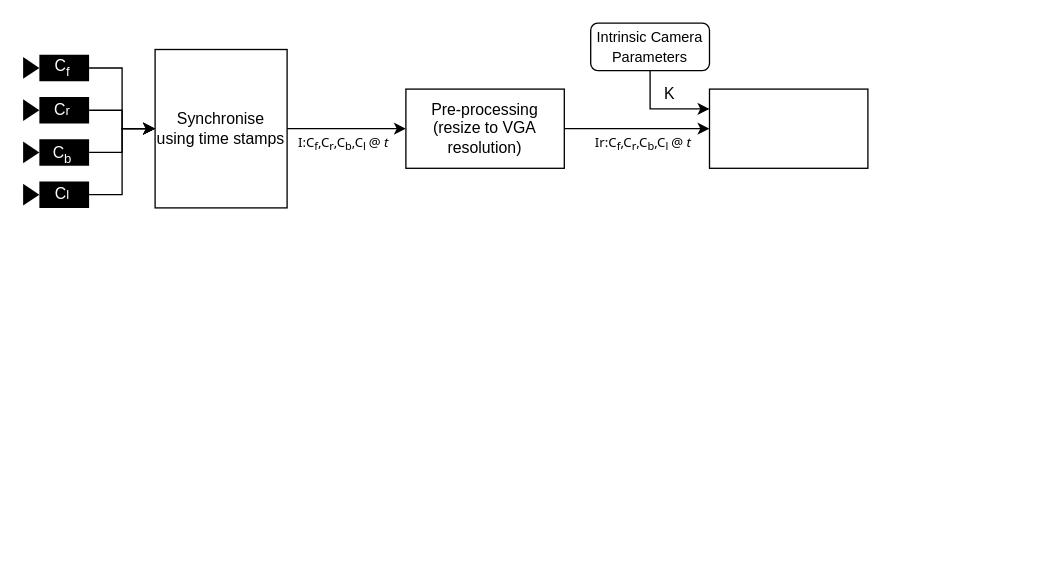
Before: SfM_Fisheye.drawio in srikanthsanthanam88/udacity, a draw.io diagram. Source tidied: cells renumbered, new cells numbered last; positions are measured from the earlier drawing's top-left corner, leaving out a move shared by most shapes. Both pictures are drawn from the tidied source at 132%, with x=0, y=0 at pixel (22, 22).
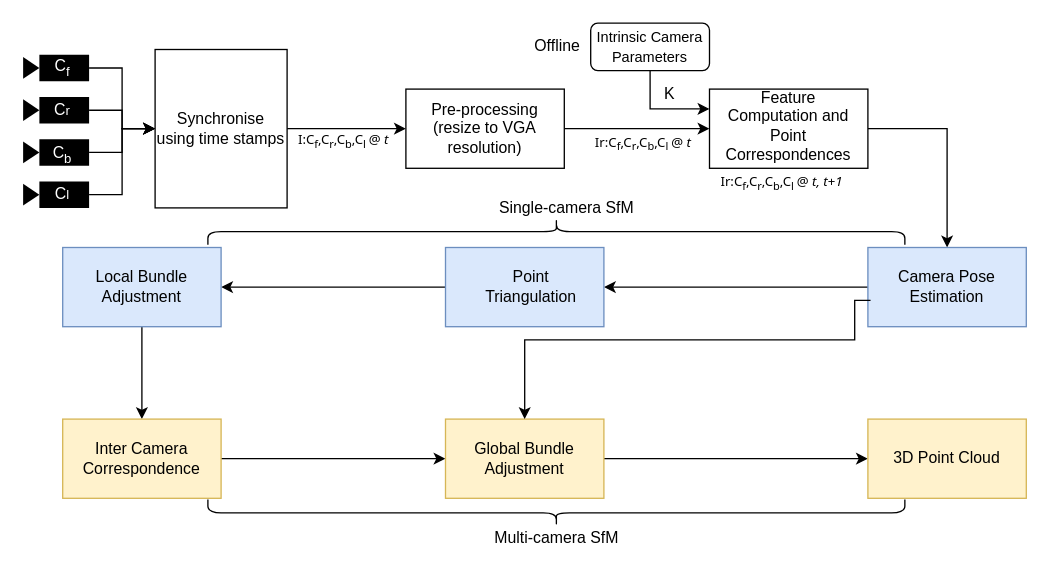
Above is the later version.

The change refers to these unchanged cells:
```xml
<mxCell id="19" style="whiteSpace=wrap;html=1;rounded=0;" parent="1" vertex="1">
  <mxGeometry x="520" y="50" width="120" height="60" as="geometry" />
</mxCell>
```

Change to the diagram source:
```diff
@@
     <mxCell id="18" value="&lt;font color=&quot;#000000&quot; style=&quot;font-size: 10px&quot; face=&quot;Tahoma&quot;&gt;I:C&lt;sub&gt;f&lt;/sub&gt;,C&lt;sub&gt;r&lt;/sub&gt;,C&lt;sub&gt;b&lt;/sub&gt;,C&lt;sub&gt;l &lt;/sub&gt;@ &lt;i&gt;t&lt;/i&gt;&lt;/font&gt;" style="text;html=1;strokeColor=none;fillColor=none;align=center;verticalAlign=middle;whiteSpace=wrap;rounded=0;fontColor=#FFFFFF;" parent="1" vertex="1">
-      <mxGeometry x="183" y="80" width="120" height="20" as="geometry" />
+      <mxGeometry x="183" y="78" width="120" height="20" as="geometry" />
     </mxCell>
+    <mxCell id="24" style="edgeStyle=orthogonalEdgeStyle;rounded=0;jettySize=auto;html=1;exitX=1;exitY=0.5;exitDx=0;exitDy=0;entryX=0.5;entryY=0;entryDx=0;entryDy=0;" parent="1" edge="1" source="19" target="29">
+      <mxGeometry relative="1" as="geometry" />
+    </mxCell>
@@
+    <mxCell id="25" value="&lt;font style=&quot;font-size: 12px&quot;&gt;Feature Computation and Point Correspondences&lt;/font&gt;" style="text;html=1;strokeColor=none;fillColor=none;align=center;verticalAlign=middle;whiteSpace=wrap;rounded=0;" parent="1" vertex="1">
+      <mxGeometry x="525" y="68" width="110" height="20" as="geometry" />
+    </mxCell>
+    <mxCell id="26" value="&lt;font color=&quot;#000000&quot; style=&quot;font-size: 10px&quot; face=&quot;Tahoma&quot;&gt;Ir:C&lt;sub&gt;f&lt;/sub&gt;,C&lt;sub&gt;r&lt;/sub&gt;,C&lt;sub&gt;b&lt;/sub&gt;,C&lt;sub&gt;l &lt;/sub&gt;@ &lt;i&gt;t, t+1&lt;/i&gt;&lt;/font&gt;" style="text;html=1;strokeColor=none;fillColor=none;align=center;verticalAlign=middle;whiteSpace=wrap;rounded=0;fontColor=#FFFFFF;" parent="1" vertex="1">
+      <mxGeometry x="515" y="110" width="120" height="20" as="geometry" />
+    </mxCell>
+    <mxCell id="27" value="Offline" style="text;html=1;strokeColor=none;fillColor=none;align=center;verticalAlign=middle;whiteSpace=wrap;rounded=0;" parent="1" vertex="1">
+      <mxGeometry x="385" y="8" width="40" height="20" as="geometry" />
+    </mxCell>
+    <mxCell id="28" style="edgeStyle=orthogonalEdgeStyle;rounded=0;jettySize=auto;html=1;entryX=1;entryY=0.5;entryDx=0;entryDy=0;" parent="1" edge="1" source="29" target="31">
+      <mxGeometry relative="1" as="geometry" />
+    </mxCell>
+    <mxCell id="29" value="Camera Pose Estimation" style="rounded=0;whiteSpace=wrap;html=1;fillColor=#dae8fc;strokeColor=#6c8ebf;" parent="1" vertex="1">
+      <mxGeometry x="640" y="170" width="120" height="60" as="geometry" />
+    </mxCell>
+    <mxCell id="30" style="edgeStyle=orthogonalEdgeStyle;rounded=0;jettySize=auto;html=1;" parent="1" edge="1" source="31" target="34">
+      <mxGeometry relative="1" as="geometry" />
+    </mxCell>
+    <mxCell id="31" style="rounded=0;whiteSpace=wrap;html=1;fillColor=#dae8fc;strokeColor=#6c8ebf;" parent="1" vertex="1">
+      <mxGeometry x="320" y="170" width="120" height="60" as="geometry" />
+    </mxCell>
+    <mxCell id="32" value="Point Triangulation" style="text;html=1;strokeColor=none;fillColor=none;align=center;verticalAlign=middle;whiteSpace=wrap;rounded=0;" parent="1" vertex="1">
+      <mxGeometry x="365" y="190" width="40" height="20" as="geometry" />
+    </mxCell>
+    <mxCell id="33" style="edgeStyle=orthogonalEdgeStyle;rounded=0;jettySize=auto;html=1;" parent="1" edge="1" source="34" target="36">
+      <mxGeometry relative="1" as="geometry" />
+    </mxCell>
+    <mxCell id="34" value="Local Bundle Adjustment" style="rounded=0;whiteSpace=wrap;html=1;fillColor=#dae8fc;strokeColor=#6c8ebf;" parent="1" vertex="1">
+      <mxGeometry x="30" y="170" width="120" height="60" as="geometry" />
+    </mxCell>
+    <mxCell id="35" style="edgeStyle=orthogonalEdgeStyle;rounded=0;jettySize=auto;html=1;" parent="1" edge="1" source="36" target="38">
+      <mxGeometry relative="1" as="geometry" />
+    </mxCell>
+    <mxCell id="36" value="Inter Camera Correspondence" style="whiteSpace=wrap;html=1;rounded=0;fillColor=#fff2cc;strokeColor=#d6b656;" parent="1" vertex="1">
+      <mxGeometry x="30" y="300" width="120" height="60" as="geometry" />
+    </mxCell>
+    <mxCell id="37" style="edgeStyle=orthogonalEdgeStyle;rounded=0;jettySize=auto;html=1;" parent="1" edge="1" source="38" target="39">
+      <mxGeometry relative="1" as="geometry" />
+    </mxCell>
+    <mxCell id="38" value="Global Bundle Adjustment" style="whiteSpace=wrap;html=1;rounded=0;fillColor=#fff2cc;strokeColor=#d6b656;" parent="1" vertex="1">
+      <mxGeometry x="320" y="300" width="120" height="60" as="geometry" />
+    </mxCell>
+    <mxCell id="39" value="3D Point Cloud" style="whiteSpace=wrap;html=1;rounded=0;fillColor=#fff2cc;strokeColor=#d6b656;" parent="1" vertex="1">
+      <mxGeometry x="640" y="300" width="120" height="60" as="geometry" />
+    </mxCell>
+    <mxCell id="40" style="edgeStyle=orthogonalEdgeStyle;rounded=0;jettySize=auto;html=1;entryX=0.5;entryY=0;entryDx=0;entryDy=0;" parent="1" edge="1" target="38">
+      <mxGeometry relative="1" as="geometry">
+        <mxPoint x="642" y="210" as="sourcePoint" />
+        <Array as="points">
+          <mxPoint x="630" y="210" />
+          <mxPoint x="630" y="240" />
+          <mxPoint x="380" y="240" />
+        </Array>
+      </mxGeometry>
+    </mxCell>
+    <mxCell id="41" style="shape=curlyBracket;whiteSpace=wrap;html=1;rounded=1;rotation=90;" parent="1" vertex="1">
+      <mxGeometry x="394" y="-106" width="20" height="528" as="geometry" />
+    </mxCell>
+    <mxCell id="42" style="shape=curlyBracket;whiteSpace=wrap;html=1;rounded=1;rotation=-90;" parent="1" vertex="1">
+      <mxGeometry x="394" y="107" width="20" height="528" as="geometry" />
+    </mxCell>
+    <mxCell id="43" value="Single-camera SfM" style="text;html=1;strokeColor=none;fillColor=none;align=center;verticalAlign=middle;whiteSpace=wrap;rounded=0;" parent="1" vertex="1">
+      <mxGeometry x="352.5" y="130" width="117.5" height="20" as="geometry" />
+    </mxCell>
+    <mxCell id="44" value="Multi-camera SfM" style="text;html=1;strokeColor=none;fillColor=none;align=center;verticalAlign=middle;whiteSpace=wrap;rounded=0;" parent="1" vertex="1">
+      <mxGeometry x="351.5" y="380" width="105" height="20" as="geometry" />
+    </mxCell>
```
